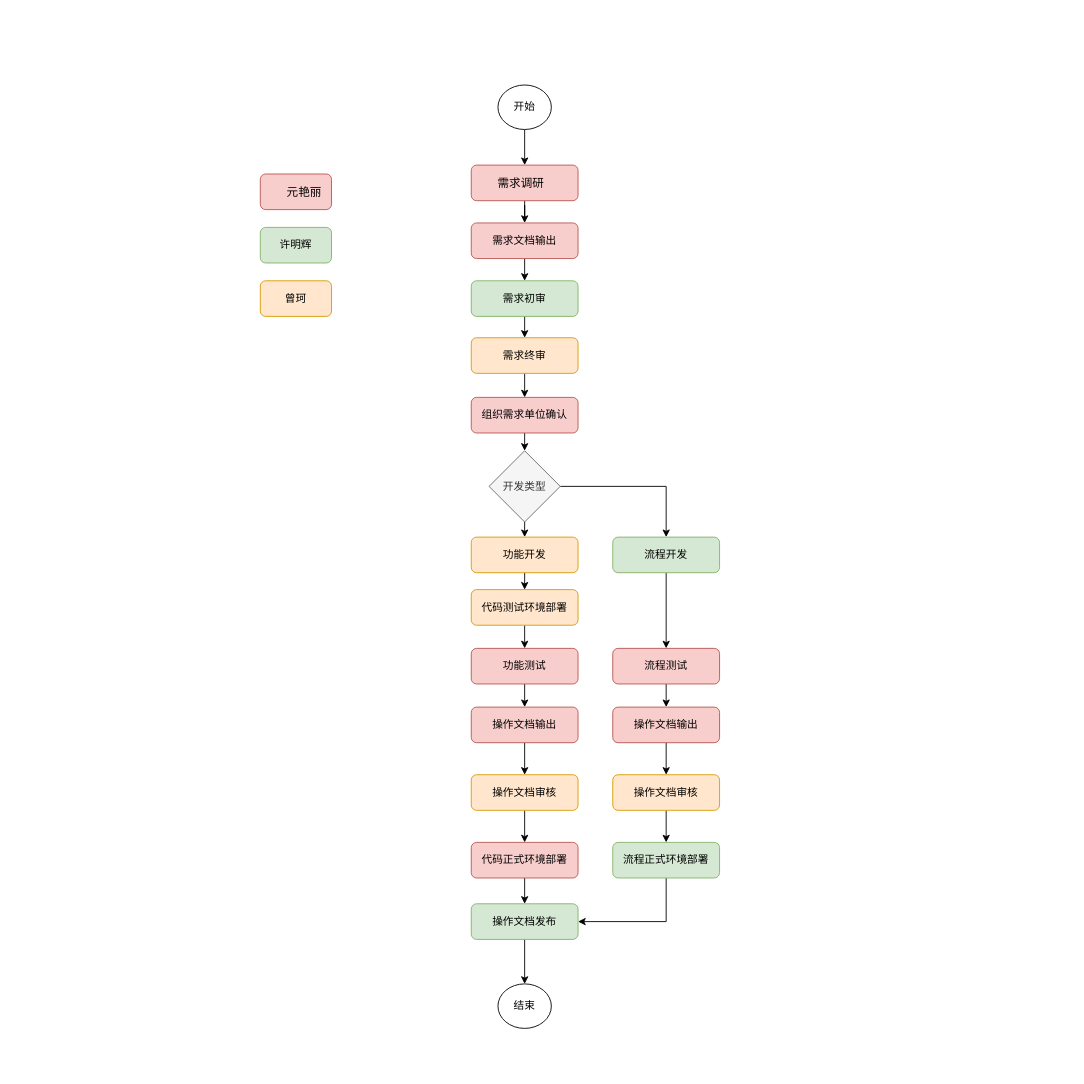
Before: 待分任务流程.drawio in pbm0802/GitIDEATest, a draw.io diagram. Source tidied: cells renumbered, new cells numbered last; positions are measured from the earlier drawing's top-left corner, leaving out a move shared by most shapes. Both pictures are drawn from the tidied source at 89%, with x=0, y=0 at pixel (260, 85).
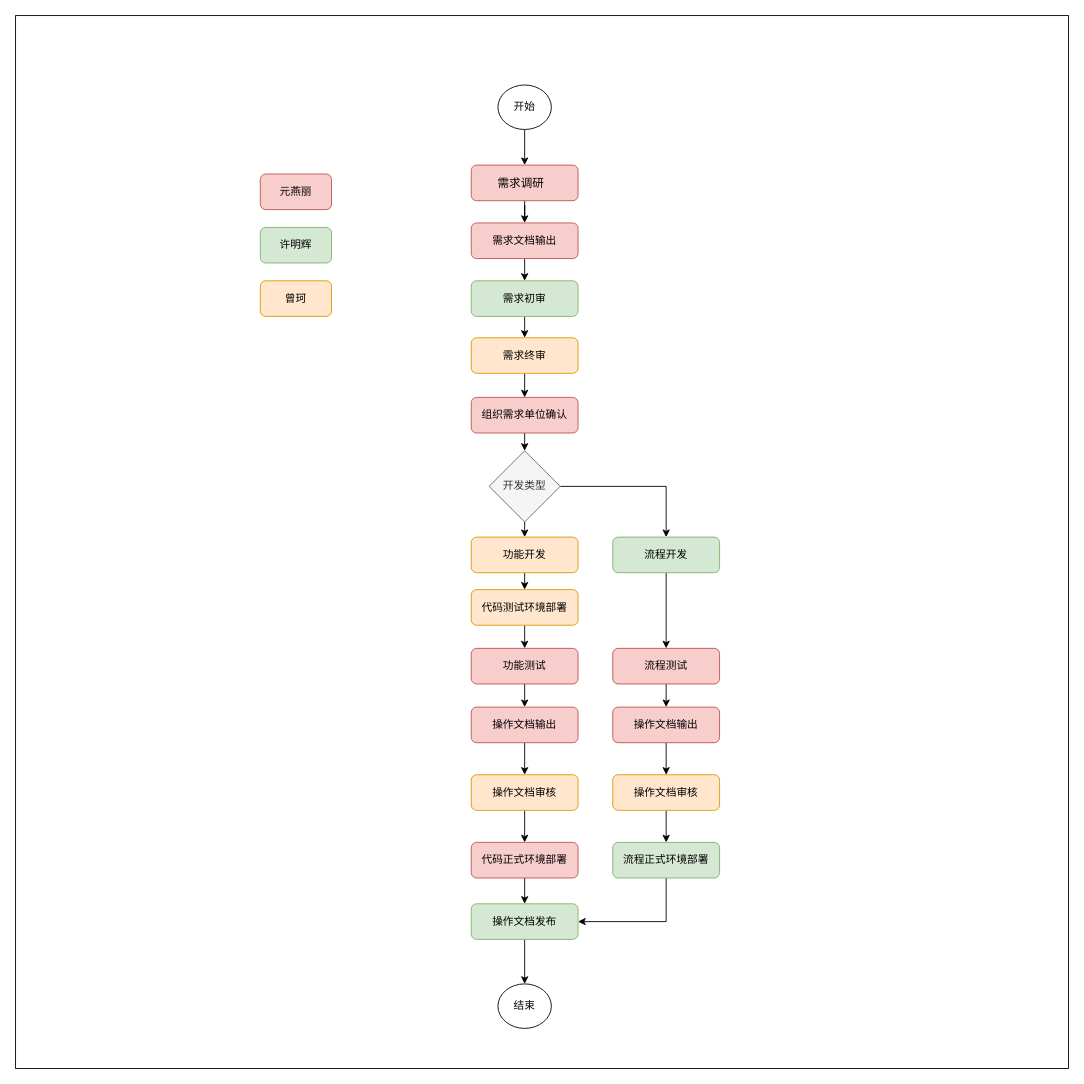
The same diagram, later.

Commit message (it also covers changes not shown here):
更新待分任务流程.drawio

Change to the diagram source:
```diff
@@
+    <mxCell id="45" style="whiteSpace=wrap;html=1;" parent="1" vertex="1">
+      <mxGeometry x="-275" y="-78" width="1183" height="1183" as="geometry" />
+    </mxCell>
@@
-    <mxCell id="42" value="&lt;p style=&quot;text-indent: 21pt; font-size: 13px;&quot; class=&quot;MsoNormal&quot;&gt;&lt;font face=&quot;微软雅黑&quot;&gt;元艳丽&lt;/font&gt;&lt;/p&gt;" style="rounded=1;whiteSpace=wrap;html=1;fontSize=12;glass=0;strokeWidth=1;shadow=0;align=left;fillColor=#f8cecc;strokeColor=#b85450;" parent="1" vertex="1">
+    <mxCell id="42" value="&lt;font face=&quot;微软雅黑&quot;&gt;元燕丽&lt;/font&gt;" style="rounded=1;whiteSpace=wrap;html=1;fontSize=12;glass=0;strokeWidth=1;shadow=0;align=center;fillColor=#f8cecc;strokeColor=#b85450;" parent="1" vertex="1">
       <mxGeometry y="100" width="80" height="40" as="geometry" />
     </mxCell>
```
